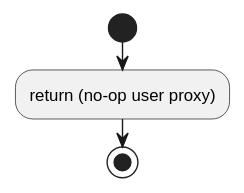
Before: c1_sdd_linux-ipcs/cursor_tmp/flow_svgs/linux_6_4_15_ipcsHwFree.svg, a diagram exported from PlantUML (Mastang1/sad_sdd_proj). The source it was exported from:
```plantuml
@startuml
!pragma layout smetana
skinparam conditionStyle insideDiamond
skinparam linetype ortho
start
:return (no-op user proxy);
stop
@enduml
```
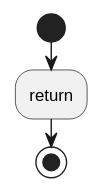
After the commit.

Diff of the diagram source:
```diff
@@ -3,6 +3,6 @@
 skinparam conditionStyle insideDiamond
 skinparam linetype ortho
 start
-:return (no-op user proxy);
+:return;
 stop
 @enduml
```
